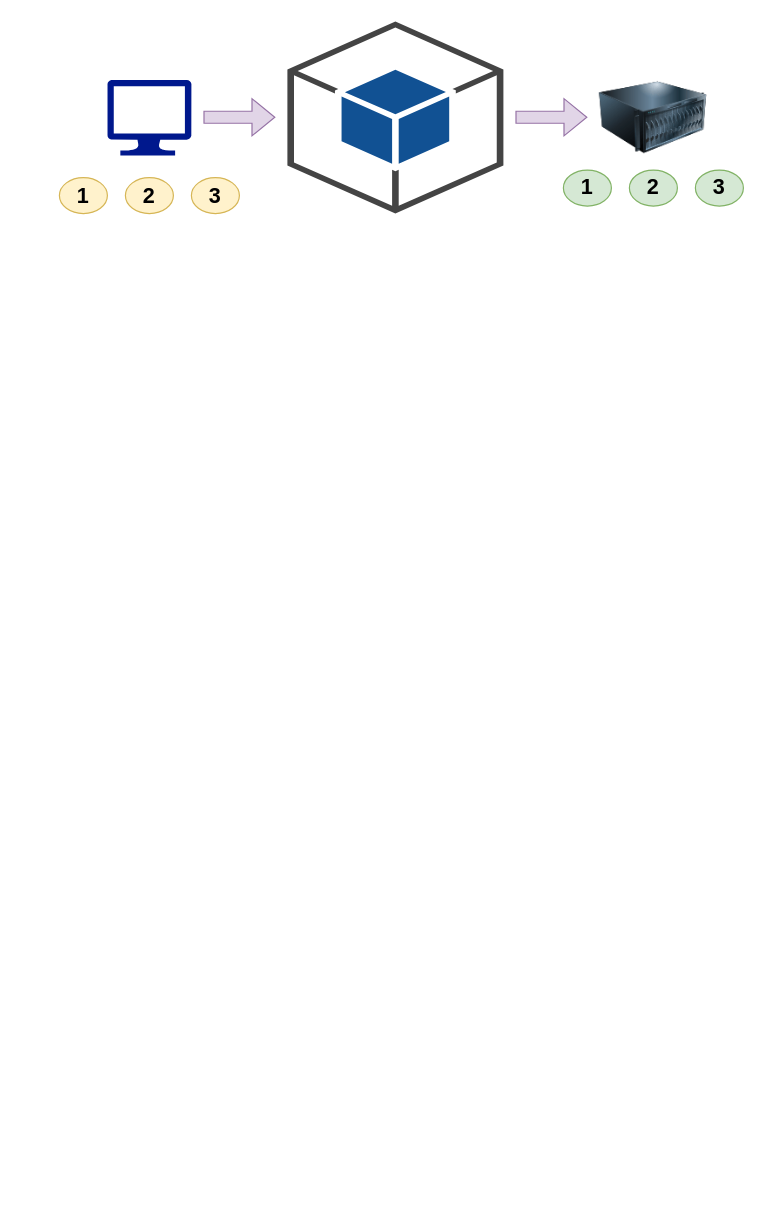
The draw.io diagram 网络.drawio in C-wx/MindManager, before the edit. Source tidied: cells renumbered, new cells numbered last; positions are measured from the earlier drawing's top-left corner, leaving out a move shared by most shapes. Both pictures are drawn from the tidied source at 120%, with x=0, y=0 at pixel (59, 22).
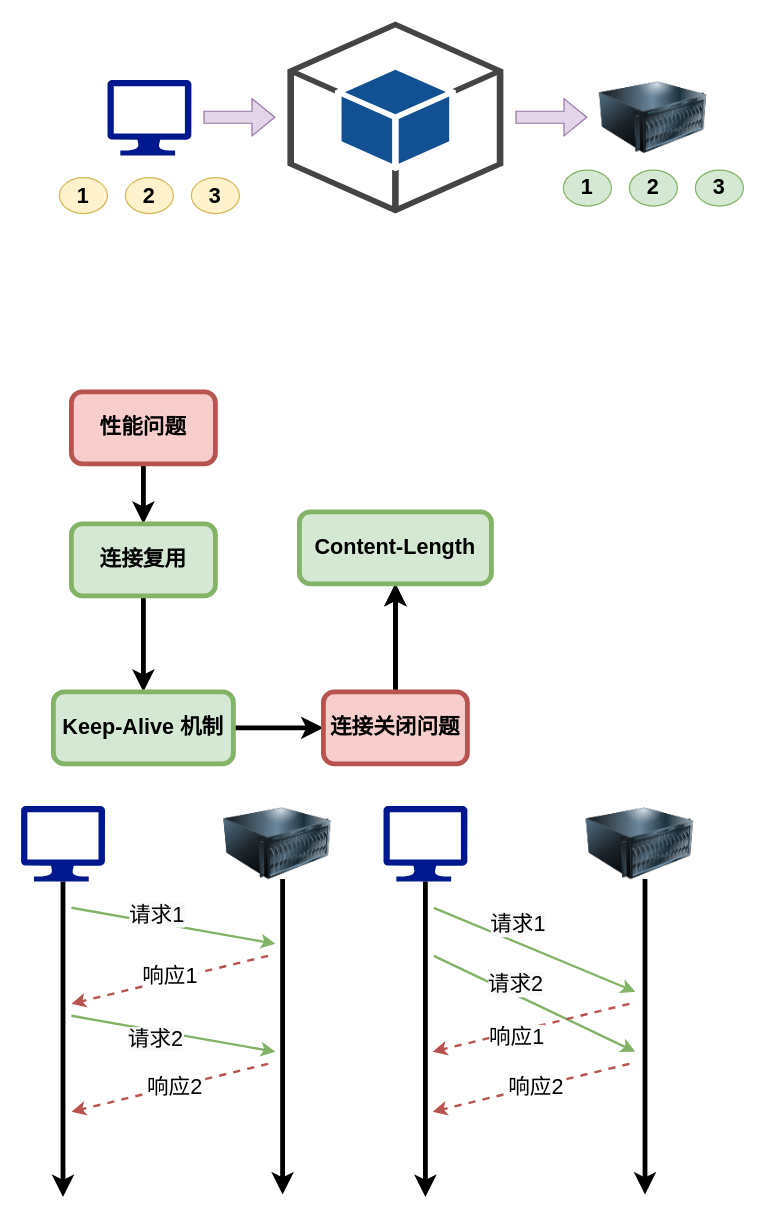
The same page after the edit.

The edit, as a diff of the source:
```diff
@@
+    <mxCell id="13" style="edgeStyle=orthogonalEdgeStyle;rounded=0;jettySize=auto;html=1;strokeWidth=4;fontSize=18;fontStyle=1;" parent="1" edge="1" source="14" target="16">
+      <mxGeometry relative="1" as="geometry" />
+    </mxCell>
+    <mxCell id="14" value="性能问题" style="rounded=1;whiteSpace=wrap;html=1;strokeWidth=4;fontSize=18;fontStyle=1;fillColor=#f8cecc;strokeColor=#b85450;" parent="1" vertex="1">
+      <mxGeometry x="10" y="308" width="120" height="60" as="geometry" />
+    </mxCell>
+    <mxCell id="15" style="edgeStyle=orthogonalEdgeStyle;rounded=0;jettySize=auto;html=1;strokeWidth=4;fontSize=18;fontStyle=1;" parent="1" edge="1" source="16" target="18">
+      <mxGeometry relative="1" as="geometry" />
+    </mxCell>
+    <mxCell id="16" value="连接复用" style="whiteSpace=wrap;html=1;rounded=1;strokeWidth=4;fontSize=18;fontStyle=1;fillColor=#d5e8d4;strokeColor=#82b366;" parent="1" vertex="1">
+      <mxGeometry x="10" y="418" width="120" height="60" as="geometry" />
+    </mxCell>
+    <mxCell id="17" style="edgeStyle=orthogonalEdgeStyle;rounded=0;jettySize=auto;html=1;strokeWidth=4;fontSize=18;fontStyle=1;exitX=1;exitY=0.5;exitDx=0;exitDy=0;entryX=0;entryY=0.5;entryDx=0;entryDy=0;" parent="1" edge="1" source="18" target="21">
+      <mxGeometry relative="1" as="geometry" />
+    </mxCell>
+    <mxCell id="18" value="Keep-Alive 机制" style="whiteSpace=wrap;html=1;rounded=1;strokeWidth=4;fontSize=18;fontStyle=1;fillColor=#d5e8d4;strokeColor=#82b366;" parent="1" vertex="1">
+      <mxGeometry x="-5" y="558" width="150" height="60" as="geometry" />
+    </mxCell>
+    <mxCell id="19" style="edgeStyle=orthogonalEdgeStyle;rounded=0;jettySize=auto;html=1;strokeWidth=4;fontSize=18;fontStyle=1;" parent="1" edge="1" source="21" target="22">
+      <mxGeometry relative="1" as="geometry" />
+    </mxCell>
+    <mxCell id="20" style="edgeStyle=orthogonalEdgeStyle;rounded=0;jettySize=auto;html=1;fontSize=18;strokeWidth=4;" parent="1" edge="1" source="21" target="22">
+      <mxGeometry relative="1" as="geometry" />
+    </mxCell>
+    <mxCell id="21" value="连接关闭问题" style="whiteSpace=wrap;html=1;rounded=1;strokeWidth=4;fontSize=18;fontStyle=1;fillColor=#f8cecc;strokeColor=#b85450;" parent="1" vertex="1">
+      <mxGeometry x="220" y="558" width="120" height="60" as="geometry" />
+    </mxCell>
+    <mxCell id="22" value="Content-Length" style="whiteSpace=wrap;html=1;rounded=1;strokeWidth=4;fontSize=18;fontStyle=1;fillColor=#d5e8d4;strokeColor=#82b366;" parent="1" vertex="1">
+      <mxGeometry x="200" y="408" width="160" height="60" as="geometry" />
+    </mxCell>
+    <mxCell id="23" style="sketch=0;shadow=0;dashed=0;html=1;strokeColor=none;labelPosition=center;verticalLabelPosition=bottom;verticalAlign=top;align=center;fillColor=#00188D;shape=mxgraph.azure.computer;" parent="1" vertex="1">
+      <mxGeometry x="-32" y="653" width="70" height="63" as="geometry" />
+    </mxCell>
+    <mxCell id="24" style="image;html=1;image=img/lib/clip_art/computers/Server_128x128.png;" parent="1" vertex="1">
+      <mxGeometry x="137" y="640.8" width="90" height="87.5" as="geometry" />
+    </mxCell>
+    <mxCell id="25" style="endArrow=classic;html=1;rounded=0;fontSize=18;strokeWidth=4;exitX=0.5;exitY=1;exitDx=0;exitDy=0;exitPerimeter=0;" parent="1" edge="1" source="23">
+      <mxGeometry relative="1" as="geometry">
+        <mxPoint x="3" y="979" as="targetPoint" />
+      </mxGeometry>
+    </mxCell>
+    <mxCell id="26" style="endArrow=classic;html=1;rounded=0;fontSize=18;strokeWidth=4;exitX=0.5;exitY=1;exitDx=0;exitDy=0;exitPerimeter=0;" parent="1" edge="1">
+      <mxGeometry relative="1" as="geometry">
+        <mxPoint x="186" y="714" as="sourcePoint" />
+        <mxPoint x="186" y="977" as="targetPoint" />
+      </mxGeometry>
+    </mxCell>
+    <mxCell id="27" style="endArrow=classic;html=1;rounded=0;fontSize=18;strokeWidth=2;fillColor=#d5e8d4;strokeColor=#82b366;" parent="1" edge="1">
+      <mxGeometry relative="1" as="geometry">
+        <mxPoint x="10" y="738" as="sourcePoint" />
+        <mxPoint x="180" y="768" as="targetPoint" />
+      </mxGeometry>
+    </mxCell>
+    <mxCell id="28" value="&lt;span style=&quot;background-color: rgb(248 , 249 , 250)&quot;&gt;请求1&lt;/span&gt;" style="edgeLabel;html=1;align=center;verticalAlign=middle;fontSize=18;" parent="27" vertex="1">
+      <mxGeometry x="-0.61" relative="1" as="geometry">
+        <mxPoint x="37" as="offset" />
+      </mxGeometry>
+    </mxCell>
+    <mxCell id="29" style="endArrow=classic;html=1;rounded=0;fontSize=18;strokeWidth=2;fillColor=#d5e8d4;strokeColor=#82b366;" parent="1" edge="1">
+      <mxGeometry relative="1" as="geometry">
+        <mxPoint x="10" y="828" as="sourcePoint" />
+        <mxPoint x="180" y="858" as="targetPoint" />
+      </mxGeometry>
+    </mxCell>
+    <mxCell id="30" value="&lt;span style=&quot;background-color: rgb(248 , 249 , 250)&quot;&gt;请求2&lt;/span&gt;" style="edgeLabel;html=1;align=center;verticalAlign=middle;fontSize=18;" parent="29" vertex="1">
+      <mxGeometry x="-0.3" y="1" relative="1" as="geometry">
+        <mxPoint x="10" y="10" as="offset" />
+      </mxGeometry>
+    </mxCell>
+    <mxCell id="31" style="endArrow=classic;html=1;rounded=0;fontSize=18;strokeWidth=2;fillColor=#f8cecc;strokeColor=#b85450;dashed=1;" parent="1" edge="1">
+      <mxGeometry relative="1" as="geometry">
+        <mxPoint x="174" y="778" as="sourcePoint" />
+        <mxPoint x="10" y="818" as="targetPoint" />
+      </mxGeometry>
+    </mxCell>
+    <mxCell id="32" value="响应1" style="edgeLabel;html=1;align=center;verticalAlign=middle;fontSize=18;" parent="31" vertex="1">
+      <mxGeometry y="-4" relative="1" as="geometry" />
+    </mxCell>
+    <mxCell id="33" style="endArrow=classic;html=1;rounded=0;fontSize=18;strokeWidth=2;fillColor=#f8cecc;strokeColor=#b85450;dashed=1;" parent="1" edge="1">
+      <mxGeometry relative="1" as="geometry">
+        <mxPoint x="174" y="868" as="sourcePoint" />
+        <mxPoint x="10" y="908" as="targetPoint" />
+      </mxGeometry>
+    </mxCell>
+    <mxCell id="34" value="响应2" style="edgeLabel;html=1;align=center;verticalAlign=middle;fontSize=18;" parent="33" vertex="1">
+      <mxGeometry x="-0.18" y="-2" relative="1" as="geometry">
+        <mxPoint x="-11" y="5" as="offset" />
+      </mxGeometry>
+    </mxCell>
+    <mxCell id="35" style="sketch=0;shadow=0;dashed=0;html=1;strokeColor=none;labelPosition=center;verticalLabelPosition=bottom;verticalAlign=top;align=center;fillColor=#00188D;shape=mxgraph.azure.computer;" parent="1" vertex="1">
+      <mxGeometry x="270" y="653" width="70" height="63" as="geometry" />
+    </mxCell>
+    <mxCell id="36" style="image;html=1;image=img/lib/clip_art/computers/Server_128x128.png;" parent="1" vertex="1">
+      <mxGeometry x="439" y="640.8" width="90" height="87.5" as="geometry" />
+    </mxCell>
+    <mxCell id="37" style="endArrow=classic;html=1;rounded=0;fontSize=18;strokeWidth=4;exitX=0.5;exitY=1;exitDx=0;exitDy=0;exitPerimeter=0;" parent="1" edge="1" source="35">
+      <mxGeometry relative="1" as="geometry">
+        <mxPoint x="305" y="979" as="targetPoint" />
+      </mxGeometry>
+    </mxCell>
+    <mxCell id="38" style="endArrow=classic;html=1;rounded=0;fontSize=18;strokeWidth=4;exitX=0.5;exitY=1;exitDx=0;exitDy=0;exitPerimeter=0;" parent="1" edge="1">
+      <mxGeometry relative="1" as="geometry">
+        <mxPoint x="488" y="714" as="sourcePoint" />
+        <mxPoint x="488" y="977" as="targetPoint" />
+      </mxGeometry>
+    </mxCell>
+    <mxCell id="39" style="endArrow=classic;html=1;rounded=0;fontSize=18;strokeWidth=2;fillColor=#d5e8d4;strokeColor=#82b366;" parent="1" edge="1">
+      <mxGeometry relative="1" as="geometry">
+        <mxPoint x="312" y="738" as="sourcePoint" />
+        <mxPoint x="480" y="808" as="targetPoint" />
+      </mxGeometry>
+    </mxCell>
+    <mxCell id="40" value="&lt;span style=&quot;background-color: rgb(248 , 249 , 250)&quot;&gt;请求1&lt;/span&gt;" style="edgeLabel;html=1;align=center;verticalAlign=middle;fontSize=18;" parent="39" vertex="1">
+      <mxGeometry x="-0.61" relative="1" as="geometry">
+        <mxPoint x="37" as="offset" />
+      </mxGeometry>
+    </mxCell>
+    <mxCell id="41" style="endArrow=classic;html=1;rounded=0;fontSize=18;strokeWidth=2;fillColor=#d5e8d4;strokeColor=#82b366;" parent="1" edge="1">
+      <mxGeometry relative="1" as="geometry">
+        <mxPoint x="312" y="778" as="sourcePoint" />
+        <mxPoint x="480" y="858" as="targetPoint" />
+      </mxGeometry>
+    </mxCell>
+    <mxCell id="42" value="&lt;span style=&quot;background-color: rgb(248 , 249 , 250)&quot;&gt;请求2&lt;/span&gt;" style="edgeLabel;html=1;align=center;verticalAlign=middle;fontSize=18;" parent="41" vertex="1">
+      <mxGeometry x="-0.3" y="1" relative="1" as="geometry">
+        <mxPoint x="8" y="-4" as="offset" />
+      </mxGeometry>
+    </mxCell>
+    <mxCell id="43" style="endArrow=classic;html=1;rounded=0;fontSize=18;strokeWidth=2;fillColor=#f8cecc;strokeColor=#b85450;dashed=1;" parent="1" edge="1">
+      <mxGeometry relative="1" as="geometry">
+        <mxPoint x="475" y="818" as="sourcePoint" />
+        <mxPoint x="311" y="858" as="targetPoint" />
+      </mxGeometry>
+    </mxCell>
+    <mxCell id="44" value="响应1" style="edgeLabel;html=1;align=center;verticalAlign=middle;fontSize=18;" parent="43" vertex="1">
+      <mxGeometry y="-4" relative="1" as="geometry">
+        <mxPoint x="-12" y="11" as="offset" />
+      </mxGeometry>
+    </mxCell>
+    <mxCell id="45" style="endArrow=classic;html=1;rounded=0;fontSize=18;strokeWidth=2;fillColor=#f8cecc;strokeColor=#b85450;dashed=1;" parent="1" edge="1">
+      <mxGeometry relative="1" as="geometry">
+        <mxPoint x="475" y="868" as="sourcePoint" />
+        <mxPoint x="311" y="908" as="targetPoint" />
+      </mxGeometry>
+    </mxCell>
+    <mxCell id="46" value="响应2" style="edgeLabel;html=1;align=center;verticalAlign=middle;fontSize=18;" parent="45" vertex="1">
+      <mxGeometry x="-0.18" y="-2" relative="1" as="geometry">
+        <mxPoint x="-11" y="5" as="offset" />
+      </mxGeometry>
+    </mxCell>
```
